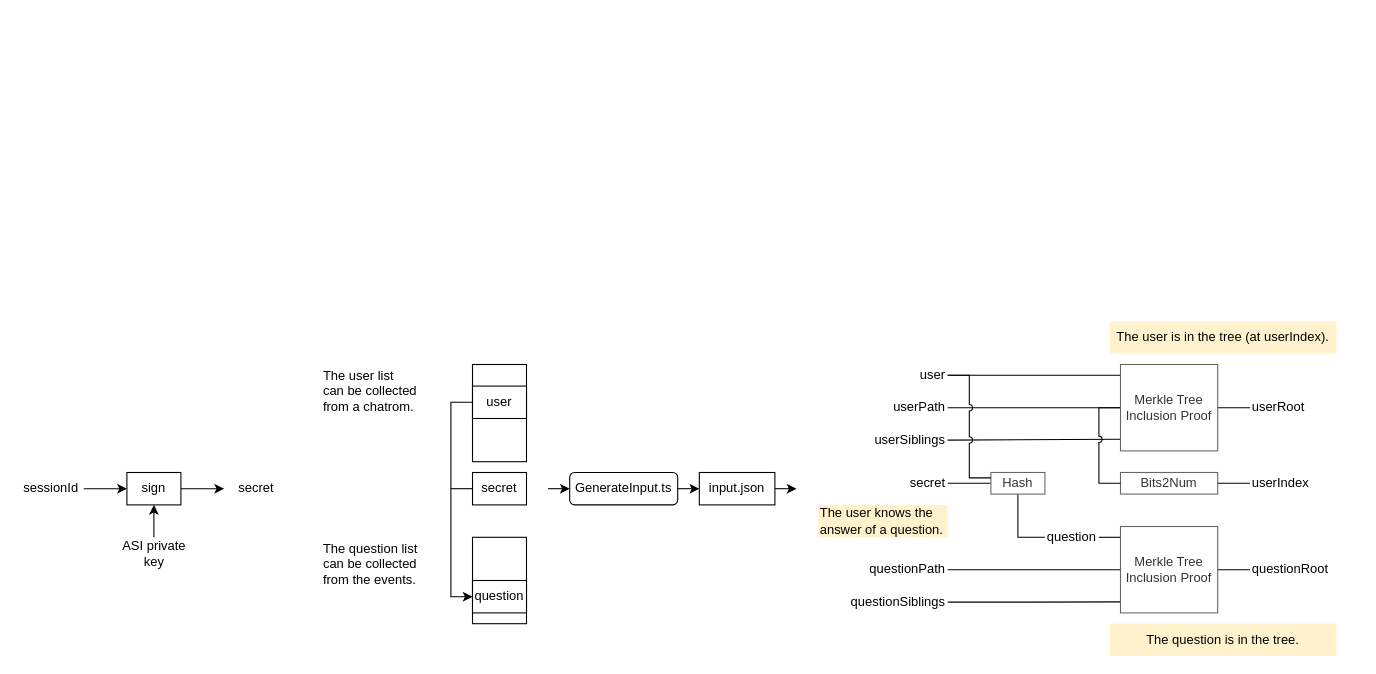
Before: page "circuit" (1 of 9) of doc/AnonymousStandIn.drawio in LCamel/anonymous-stand-in, a draw.io diagram. Source tidied: cells renumbered, new cells numbered last; positions are measured from the earlier drawing's top-left corner, leaving out a move shared by most shapes. Both pictures are drawn from the tidied source at 108%, with x=0, y=0 at pixel (18, 321).
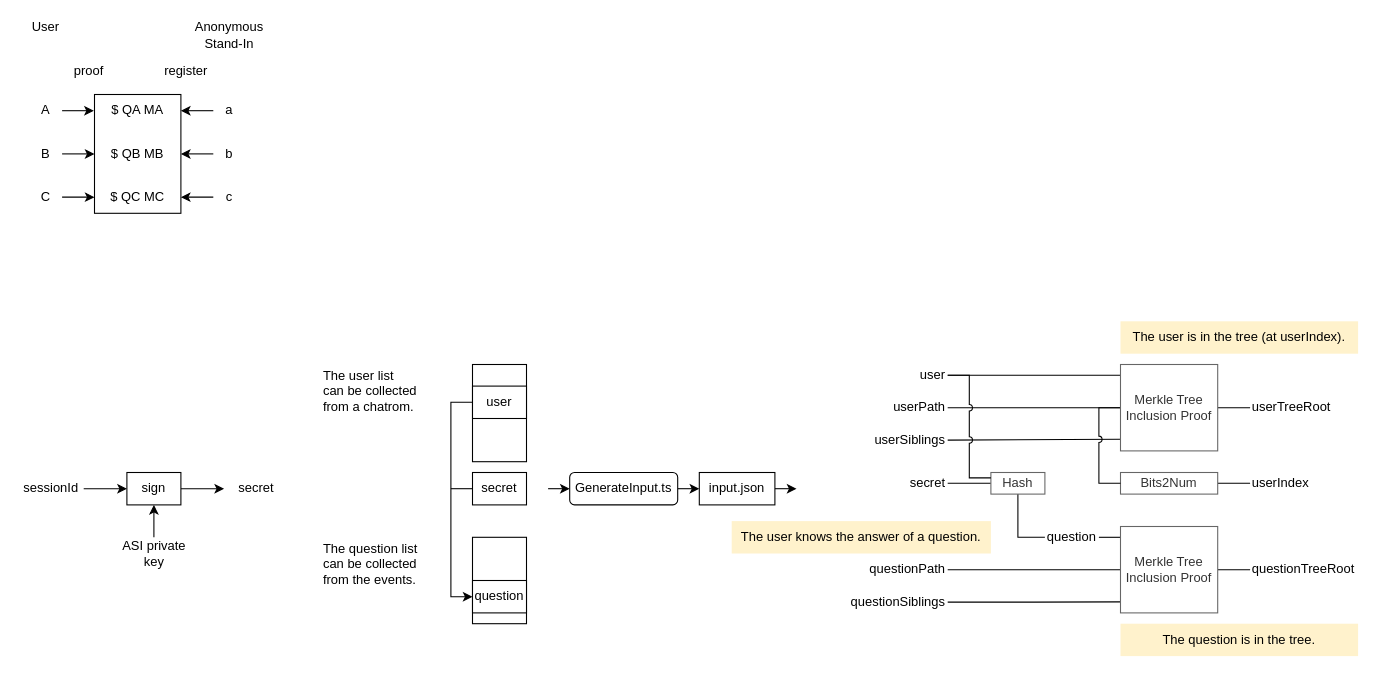
Above is the later version.

The edit, as a diff of the source:
```diff
@@
-    <mxCell id="32" value="userRoot" style="rounded=0;whiteSpace=wrap;html=1;strokeColor=none;fillColor=none;align=left;" parent="1" vertex="1">
+    <mxCell id="32" value="userTreeRoot" style="rounded=0;whiteSpace=wrap;html=1;strokeColor=none;fillColor=none;align=left;" parent="1" vertex="1">
       <mxGeometry x="1140" y="70" width="80" height="20" as="geometry" />
     </mxCell>
-    <mxCell id="33" value="questionRoot" style="rounded=0;whiteSpace=wrap;html=1;strokeColor=none;fillColor=none;align=left;" parent="1" vertex="1">
+    <mxCell id="33" value="questionTreeRoot" style="rounded=0;whiteSpace=wrap;html=1;strokeColor=none;fillColor=none;align=left;" parent="1" vertex="1">
       <mxGeometry x="1140" y="220" width="80" height="20" as="geometry" />
     </mxCell>
@@
     <mxCell id="36" value="The user is in the tree (at userIndex)." style="text;html=1;strokeColor=none;fillColor=#fff2cc;align=center;verticalAlign=middle;whiteSpace=wrap;rounded=0;" parent="1" vertex="1">
-      <mxGeometry x="1010" width="210" height="30" as="geometry" />
+      <mxGeometry x="1020" width="220" height="30" as="geometry" />
     </mxCell>
-    <mxCell id="37" value="The user knows the&lt;br&gt;answer of a question." style="text;html=1;strokeColor=none;fillColor=#fff2cc;align=left;verticalAlign=middle;whiteSpace=wrap;rounded=0;" parent="1" vertex="1">
-      <mxGeometry x="740" y="170" width="120" height="30" as="geometry" />
+    <mxCell id="37" value="The user knows the&amp;nbsp;answer of a question." style="text;html=1;strokeColor=none;fillColor=#fff2cc;align=center;verticalAlign=middle;whiteSpace=wrap;rounded=0;" parent="1" vertex="1">
+      <mxGeometry x="660" y="185" width="240" height="30" as="geometry" />
     </mxCell>
     <mxCell id="38" value="The question is in the tree." style="text;html=1;strokeColor=none;fillColor=#fff2cc;align=center;verticalAlign=middle;whiteSpace=wrap;rounded=0;" parent="1" vertex="1">
-      <mxGeometry x="1010" y="280" width="210" height="30" as="geometry" />
+      <mxGeometry x="1020" y="280" width="220" height="30" as="geometry" />
     </mxCell>
@@
+    <mxCell id="53" style="edgeStyle=orthogonalEdgeStyle;rounded=0;jettySize=auto;html=1;exitX=1;exitY=0.5;exitDx=0;exitDy=0;entryX=-0.008;entryY=0.132;entryDx=0;entryDy=0;entryPerimeter=0;" parent="1" edge="1" source="54" target="68">
+      <mxGeometry relative="1" as="geometry" />
+    </mxCell>
+    <mxCell id="54" value="A" style="text;html=1;strokeColor=none;fillColor=none;align=center;verticalAlign=middle;whiteSpace=wrap;rounded=0;" parent="1" vertex="1">
+      <mxGeometry x="10" y="-210" width="30" height="30" as="geometry" />
+    </mxCell>
+    <mxCell id="55" style="edgeStyle=orthogonalEdgeStyle;rounded=0;jettySize=auto;html=1;exitX=1;exitY=0.5;exitDx=0;exitDy=0;entryX=0;entryY=0.5;entryDx=0;entryDy=0;" parent="1" edge="1" source="56" target="68">
+      <mxGeometry relative="1" as="geometry" />
+    </mxCell>
+    <mxCell id="56" value="B" style="text;html=1;strokeColor=none;fillColor=none;align=center;verticalAlign=middle;whiteSpace=wrap;rounded=0;" parent="1" vertex="1">
+      <mxGeometry x="10" y="-170" width="30" height="30" as="geometry" />
+    </mxCell>
+    <mxCell id="57" style="edgeStyle=orthogonalEdgeStyle;rounded=0;jettySize=auto;html=1;exitX=1;exitY=0.5;exitDx=0;exitDy=0;entryX=0;entryY=0.864;entryDx=0;entryDy=0;entryPerimeter=0;" parent="1" edge="1" source="58" target="68">
+      <mxGeometry relative="1" as="geometry" />
+    </mxCell>
+    <mxCell id="58" value="C" style="text;html=1;strokeColor=none;fillColor=none;align=center;verticalAlign=middle;whiteSpace=wrap;rounded=0;" parent="1" vertex="1">
+      <mxGeometry x="10" y="-130" width="30" height="30" as="geometry" />
+    </mxCell>
+    <mxCell id="59" value="$ QA MA" style="text;html=1;strokeColor=none;fillColor=none;align=center;verticalAlign=middle;whiteSpace=wrap;rounded=0;" parent="1" vertex="1">
+      <mxGeometry x="70" y="-210" width="80" height="30" as="geometry" />
+    </mxCell>
+    <mxCell id="60" value="$ QB MB" style="text;html=1;strokeColor=none;fillColor=none;align=center;verticalAlign=middle;whiteSpace=wrap;rounded=0;" parent="1" vertex="1">
+      <mxGeometry x="70" y="-170" width="80" height="30" as="geometry" />
+    </mxCell>
+    <mxCell id="61" value="$ QC MC" style="text;html=1;strokeColor=none;fillColor=none;align=center;verticalAlign=middle;whiteSpace=wrap;rounded=0;" parent="1" vertex="1">
+      <mxGeometry x="70" y="-130" width="80" height="30" as="geometry" />
+    </mxCell>
+    <mxCell id="62" style="edgeStyle=orthogonalEdgeStyle;rounded=0;jettySize=auto;html=1;exitX=0;exitY=0.5;exitDx=0;exitDy=0;entryX=1;entryY=0.135;entryDx=0;entryDy=0;entryPerimeter=0;" parent="1" edge="1" source="63" target="68">
+      <mxGeometry relative="1" as="geometry" />
+    </mxCell>
+    <mxCell id="63" value="a" style="text;html=1;strokeColor=none;fillColor=none;align=center;verticalAlign=middle;whiteSpace=wrap;rounded=0;" parent="1" vertex="1">
+      <mxGeometry x="180" y="-210" width="30" height="30" as="geometry" />
+    </mxCell>
+    <mxCell id="64" style="edgeStyle=orthogonalEdgeStyle;rounded=0;jettySize=auto;html=1;exitX=0;exitY=0.5;exitDx=0;exitDy=0;entryX=1;entryY=0.5;entryDx=0;entryDy=0;" parent="1" edge="1" source="65" target="68">
+      <mxGeometry relative="1" as="geometry" />
+    </mxCell>
+    <mxCell id="65" value="b" style="text;html=1;strokeColor=none;fillColor=none;align=center;verticalAlign=middle;whiteSpace=wrap;rounded=0;" parent="1" vertex="1">
+      <mxGeometry x="180" y="-170" width="30" height="30" as="geometry" />
+    </mxCell>
+    <mxCell id="66" style="edgeStyle=orthogonalEdgeStyle;rounded=0;jettySize=auto;html=1;exitX=0;exitY=0.5;exitDx=0;exitDy=0;entryX=1;entryY=0.864;entryDx=0;entryDy=0;entryPerimeter=0;" parent="1" edge="1" source="67" target="68">
+      <mxGeometry relative="1" as="geometry" />
+    </mxCell>
+    <mxCell id="67" value="c" style="text;html=1;strokeColor=none;fillColor=none;align=center;verticalAlign=middle;whiteSpace=wrap;rounded=0;" parent="1" vertex="1">
+      <mxGeometry x="180" y="-130" width="30" height="30" as="geometry" />
+    </mxCell>
+    <mxCell id="68" style="rounded=0;whiteSpace=wrap;html=1;fillColor=none;" parent="1" vertex="1">
+      <mxGeometry x="70" y="-210" width="80" height="110" as="geometry" />
+    </mxCell>
+    <mxCell id="69" value="User&lt;br&gt;&amp;nbsp;" style="text;html=1;strokeColor=none;fillColor=none;align=center;verticalAlign=middle;whiteSpace=wrap;rounded=0;" parent="1" vertex="1">
+      <mxGeometry y="-280" width="50" height="30" as="geometry" />
+    </mxCell>
+    <mxCell id="70" value="Anonymous&lt;br&gt;Stand-In" style="text;html=1;strokeColor=none;fillColor=none;align=center;verticalAlign=middle;whiteSpace=wrap;rounded=0;" parent="1" vertex="1">
+      <mxGeometry x="160" y="-280" width="70" height="30" as="geometry" />
+    </mxCell>
+    <mxCell id="71" value="proof&lt;br&gt;&amp;nbsp;" style="text;html=1;strokeColor=none;fillColor=none;align=center;verticalAlign=middle;whiteSpace=wrap;rounded=0;" parent="1" vertex="1">
+      <mxGeometry x="40" y="-240" width="50" height="30" as="geometry" />
+    </mxCell>
+    <mxCell id="72" value="register&lt;br&gt;&amp;nbsp;" style="text;html=1;strokeColor=none;fillColor=none;align=center;verticalAlign=middle;whiteSpace=wrap;rounded=0;" parent="1" vertex="1">
+      <mxGeometry x="130" y="-240" width="50" height="30" as="geometry" />
+    </mxCell>
```
